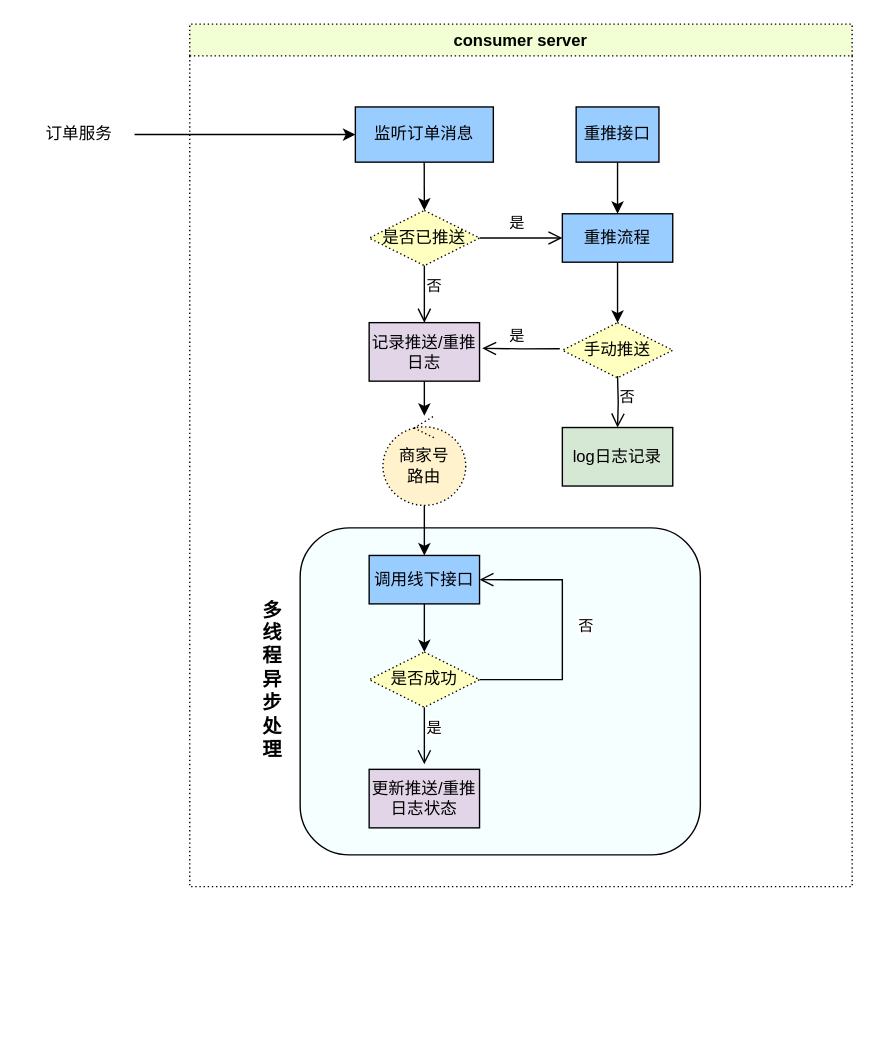
Above: 订单推送线下流程.drawio in sjh724/draw.io (draw.io), before the change. Source tidied: cells renumbered, new cells numbered last; positions are measured from the earlier drawing's top-left corner, leaving out a move shared by most shapes. Both pictures are drawn from the tidied source at 138%, with x=0, y=0 at pixel (23, 23).
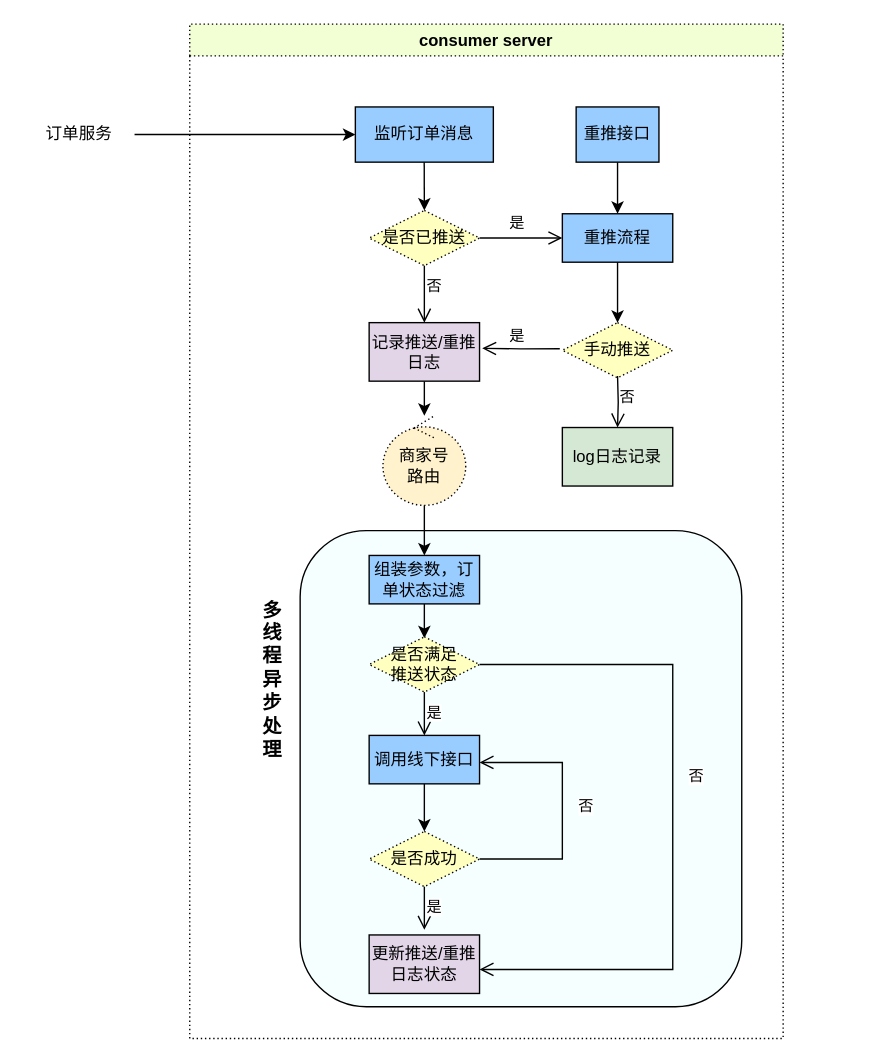
Above is the later version.

Commit message:
更新订单推送线下流程.drawio

Unchanged cells that the change refers to:
```xml
<mxCell id="18" value="商家号&lt;br&gt;路由" style="ellipse;shape=umlControl;whiteSpace=wrap;html=1;dashed=1;dashPattern=1 2;strokeColor=#000000;fillColor=#FFF2CC;gradientColor=none;" parent="2" vertex="1">
  <mxGeometry x="140" y="283.7" width="60" height="65" as="geometry" />
</mxCell>
```

What changed in the source:
```diff
@@
     <mxCell id="2" value="consumer server" style="swimlane;fillColor=#F2FFD4;dashed=1;dashPattern=1 2;" parent="1" vertex="1">
-      <mxGeometry x="120" width="480" height="625" as="geometry" />
+      <mxGeometry x="120" width="430" height="735" as="geometry" />
     </mxCell>
     <mxCell id="3" style="rounded=1;whiteSpace=wrap;html=1;fillColor=#F5FFFF;" parent="2" vertex="1">
-      <mxGeometry x="80" y="365" width="290" height="237" as="geometry" />
+      <mxGeometry x="80" y="367" width="320" height="345" as="geometry" />
     </mxCell>
@@
-    <mxCell id="17" style="edgeStyle=orthogonalEdgeStyle;rounded=0;jettySize=auto;html=1;" parent="2" edge="1" source="18" target="21">
-      <mxGeometry relative="1" as="geometry" />
-    </mxCell>
+    <mxCell id="30" style="edgeStyle=orthogonalEdgeStyle;rounded=0;jettySize=auto;html=1;" parent="2" edge="1" source="18" target="32">
+      <mxGeometry relative="1" as="geometry" />
+    </mxCell>
@@
     <mxCell id="19" value="更新推送/重推日志状态" style="whiteSpace=wrap;html=1;align=center;fillColor=#E1D5E7;" parent="2" vertex="1">
-      <mxGeometry x="130" y="540" width="80" height="42.4" as="geometry" />
+      <mxGeometry x="130" y="660" width="80" height="42.4" as="geometry" />
     </mxCell>
@@
     <mxCell id="21" value="调用线下接口" style="whiteSpace=wrap;html=1;align=center;fillColor=#99CCFF;" parent="2" vertex="1">
-      <mxGeometry x="130" y="385" width="80" height="35.1" as="geometry" />
+      <mxGeometry x="130" y="515.4" width="80" height="35.1" as="geometry" />
     </mxCell>
     <mxCell id="22" value="是否成功" style="rhombus;whiteSpace=wrap;html=1;fillColor=#ffffc0;strokeColor=#000000;dashed=1;dashPattern=1 2;" parent="2" vertex="1">
-      <mxGeometry x="130" y="455" width="80" height="40" as="geometry" />
+      <mxGeometry x="130" y="585" width="80" height="40" as="geometry" />
     </mxCell>
-    <mxCell id="23" value="否" style="edgeStyle=orthogonalEdgeStyle;html=1;align=left;verticalAlign=bottom;endArrow=open;endSize=8;strokeColor=#000000;rounded=0;exitX=1;exitY=0.5;exitDx=0;exitDy=0;entryX=1;entryY=0.5;entryDx=0;entryDy=0;" parent="2" edge="1" source="22" target="21">
+    <mxCell id="23" value="否" style="edgeStyle=orthogonalEdgeStyle;html=1;align=left;verticalAlign=bottom;endArrow=open;endSize=8;strokeColor=#000000;rounded=0;exitX=1;exitY=0.5;exitDx=0;exitDy=0;" parent="2" edge="1" source="22">
       <mxGeometry x="-0.06" y="-10" relative="1" as="geometry">
+        <mxPoint x="210" y="535" as="targetPoint" />
         <Array as="points">
-          <mxPoint x="270" y="475" />
-          <mxPoint x="270" y="403" />
+          <mxPoint x="270" y="605" />
+          <mxPoint x="270" y="535" />
+          <mxPoint x="210" y="535" />
         </Array>
       </mxGeometry>
     </mxCell>
     <mxCell id="24" value="是" style="edgeStyle=orthogonalEdgeStyle;html=1;align=left;verticalAlign=top;endArrow=open;endSize=8;strokeColor=#000000;rounded=0;entryX=0.5;entryY=0;entryDx=0;entryDy=0;" parent="2" edge="1" source="22">
       <mxGeometry x="-0.89" relative="1" as="geometry">
-        <mxPoint x="170" y="536.3" as="targetPoint" />
+        <mxPoint x="170" y="656.3" as="targetPoint" />
       </mxGeometry>
     </mxCell>
@@
+    <mxCell id="31" style="edgeStyle=orthogonalEdgeStyle;rounded=0;jettySize=auto;html=1;" parent="2" edge="1" source="32">
+      <mxGeometry relative="1" as="geometry">
+        <mxPoint x="170" y="445" as="targetPoint" />
+      </mxGeometry>
+    </mxCell>
+    <mxCell id="32" value="组装参数，订单状态过滤" style="whiteSpace=wrap;html=1;align=center;fillColor=#99CCFF;" parent="2" vertex="1">
+      <mxGeometry x="130" y="385" width="80" height="35.1" as="geometry" />
+    </mxCell>
+    <mxCell id="33" value="是否满足&lt;br&gt;推送状态" style="rhombus;whiteSpace=wrap;html=1;fillColor=#ffffc0;strokeColor=#000000;dashed=1;dashPattern=1 2;" parent="2" vertex="1">
+      <mxGeometry x="130" y="444" width="80" height="40" as="geometry" />
+    </mxCell>
+    <mxCell id="34" value="否" style="edgeStyle=orthogonalEdgeStyle;html=1;align=left;verticalAlign=bottom;endArrow=open;endSize=8;strokeColor=#000000;rounded=0;exitX=1;exitY=0.5;exitDx=0;exitDy=0;" parent="2" edge="1" source="33">
+      <mxGeometry x="-0.08" y="10" relative="1" as="geometry">
+        <mxPoint x="210" y="685" as="targetPoint" />
+        <Array as="points">
+          <mxPoint x="270" y="464" />
+          <mxPoint x="350" y="464" />
+          <mxPoint x="350" y="685" />
+        </Array>
+      </mxGeometry>
+    </mxCell>
+    <mxCell id="35" value="是" style="edgeStyle=orthogonalEdgeStyle;html=1;align=left;verticalAlign=top;endArrow=open;endSize=8;strokeColor=#000000;rounded=0;entryX=0.5;entryY=0;entryDx=0;entryDy=0;" parent="2" edge="1" source="33">
+      <mxGeometry x="-0.89" relative="1" as="geometry">
+        <mxPoint x="170" y="515.4" as="targetPoint" />
+      </mxGeometry>
+    </mxCell>
```
